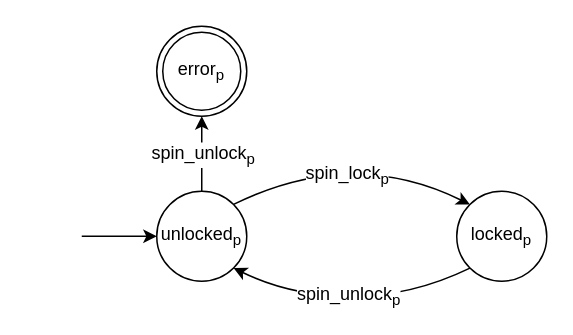
This is background/figures/double-unlock.drawio from andersfischernielsen/Finding-Resource-Manipulation-Bugs-with-Monitor-Automata-on-the-Example-of-the-Linux-Kernel, a draw.io file, before an edit. Source tidied: cells renumbered, new cells numbered last; positions are measured from the earlier drawing's top-left corner, leaving out a move shared by most shapes. Both pictures are drawn from the tidied source at 150%, with x=0, y=0 at pixel (81, 26).
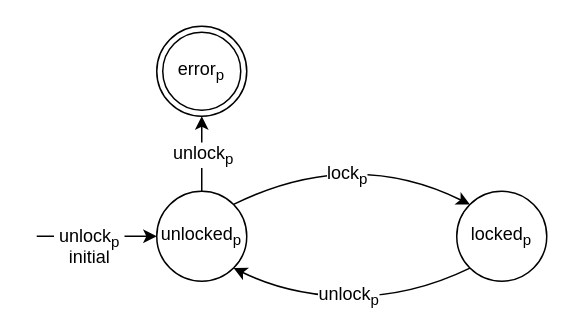
Above is the later version.

Diff of the diagram source:
```diff
@@
 <mxGraphModel>
   <root>
     <mxCell id="0" />
     <mxCell id="1" parent="0" />
     <mxCell id="2" value="unlocked&lt;sub&gt;p&lt;/sub&gt;" style="ellipse;whiteSpace=wrap;html=1;" parent="1" vertex="1">
       <mxGeometry x="50" y="110" width="60" height="60" as="geometry" />
     </mxCell>
     <mxCell id="3" style="endArrow=classic;html=1;entryX=0;entryY=0.5;entryDx=0;entryDy=0;" parent="1" edge="1" target="2">
       <mxGeometry relative="1" as="geometry">
-        <mxPoint y="140" as="sourcePoint" />
+        <mxPoint x="-30" y="140" as="sourcePoint" />
       </mxGeometry>
     </mxCell>
+    <mxCell id="12" value="&lt;span&gt;initial&lt;/span&gt;" style="text;html=1;align=center;verticalAlign=top;labelBackgroundColor=#ffffff;fontStyle=0;" parent="3" vertex="1">
+      <mxGeometry x="-0.15" relative="1" as="geometry" />
+    </mxCell>
+    <mxCell id="13" value="&amp;nbsp;unlock&lt;sub&gt;p&lt;/sub&gt;&amp;nbsp;" style="text;html=1;align=center;verticalAlign=middle;labelBackgroundColor=#ffffff;" parent="3" vertex="1">
+      <mxGeometry x="-0.16" relative="1" as="geometry" />
+    </mxCell>
     <mxCell id="4" style="endArrow=classic;html=1;exitX=0.5;exitY=0;exitDx=0;exitDy=0;entryX=0.5;entryY=1;entryDx=0;entryDy=0;" parent="1" edge="1" source="2">
       <mxGeometry relative="1" as="geometry">
         <mxPoint x="80" y="60" as="targetPoint" />
       </mxGeometry>
     </mxCell>
-    <mxCell id="5" value="spin_unlock&lt;sub&gt;p&lt;/sub&gt;" style="text;html=1;align=center;verticalAlign=middle;labelBackgroundColor=#ffffff;" parent="4" vertex="1">
+    <mxCell id="5" value="unlock&lt;sub&gt;p&lt;/sub&gt;" style="text;html=1;align=center;verticalAlign=middle;labelBackgroundColor=#ffffff;" parent="4" vertex="1">
       <mxGeometry x="0.48" y="-2" relative="1" as="geometry">
         <mxPoint x="-2" y="12" as="offset" />
       </mxGeometry>
     </mxCell>
     <mxCell id="6" value="locked&lt;sub&gt;p&lt;/sub&gt;" style="ellipse;whiteSpace=wrap;html=1;" parent="1" vertex="1">
       <mxGeometry x="250" y="110" width="60" height="60" as="geometry" />
     </mxCell>
     <mxCell id="7" style="curved=1;endArrow=classic;html=1;exitX=1;exitY=0;exitDx=0;exitDy=0;entryX=0;entryY=0;entryDx=0;entryDy=0;" parent="1" edge="1" source="2" target="6">
       <mxGeometry relative="1" as="geometry">
         <Array as="points">
           <mxPoint x="180" y="80" />
         </Array>
       </mxGeometry>
     </mxCell>
-    <mxCell id="8" value="&lt;div&gt;spin_lock&lt;sub&gt;p&lt;/sub&gt;&lt;/div&gt;" style="text;html=1;align=center;verticalAlign=middle;labelBackgroundColor=#ffffff;" parent="7" vertex="1">
+    <mxCell id="8" value="&lt;div&gt;lock&lt;sub&gt;p&lt;/sub&gt;&lt;/div&gt;" style="text;html=1;align=center;verticalAlign=middle;labelBackgroundColor=#ffffff;" parent="7" vertex="1">
       <mxGeometry x="-0.14" y="-15" relative="1" as="geometry" />
     </mxCell>
     <mxCell id="9" style="curved=1;endArrow=classic;html=1;entryX=1;entryY=1;entryDx=0;entryDy=0;exitX=0;exitY=1;exitDx=0;exitDy=0;" parent="1" edge="1" source="6" target="2">
       <mxGeometry relative="1" as="geometry">
         <Array as="points">
           <mxPoint x="220" y="180" />
           <mxPoint x="140" y="180" />
         </Array>
       </mxGeometry>
     </mxCell>
-    <mxCell id="10" value="spin_unlock&lt;sub&gt;p&lt;/sub&gt;" style="text;html=1;align=center;verticalAlign=middle;labelBackgroundColor=#ffffff;" parent="9" vertex="1">
+    <mxCell id="10" value="unlock&lt;sub&gt;p&lt;/sub&gt;" style="text;html=1;align=center;verticalAlign=middle;labelBackgroundColor=#ffffff;" parent="9" vertex="1">
       <mxGeometry x="0.04" y="-1" relative="1" as="geometry" />
     </mxCell>
     <mxCell id="11" value="error&lt;sub&gt;p&lt;/sub&gt;" style="ellipse;shape=doubleEllipse;whiteSpace=wrap;html=1;" parent="1" vertex="1">
       <mxGeometry x="50" width="60" height="60" as="geometry" />
     </mxCell>
   </root>
 </mxGraphModel>
```
